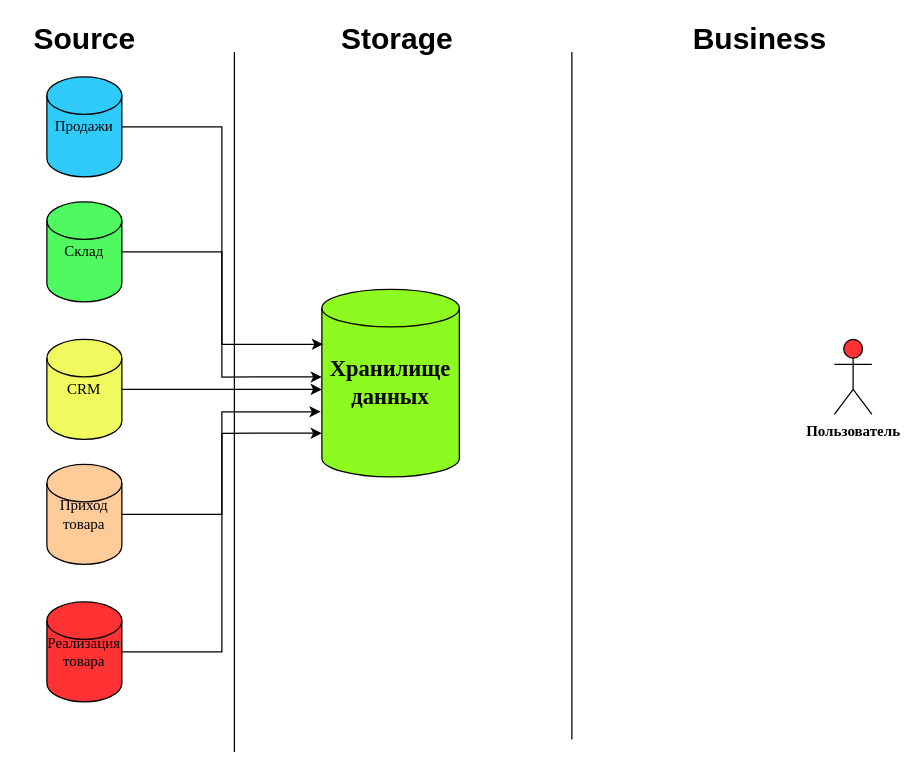
MicrosoftAzureML/data-engineering keeps this draw.io diagram as 200822 Work.drawio. Above is the earlier version. Source tidied: cells renumbered, new cells numbered last; positions are measured from the earlier drawing's top-left corner, leaving out a move shared by most shapes. Both pictures are drawn from the tidied source at 125%, with x=0, y=0 at pixel (21, 26).
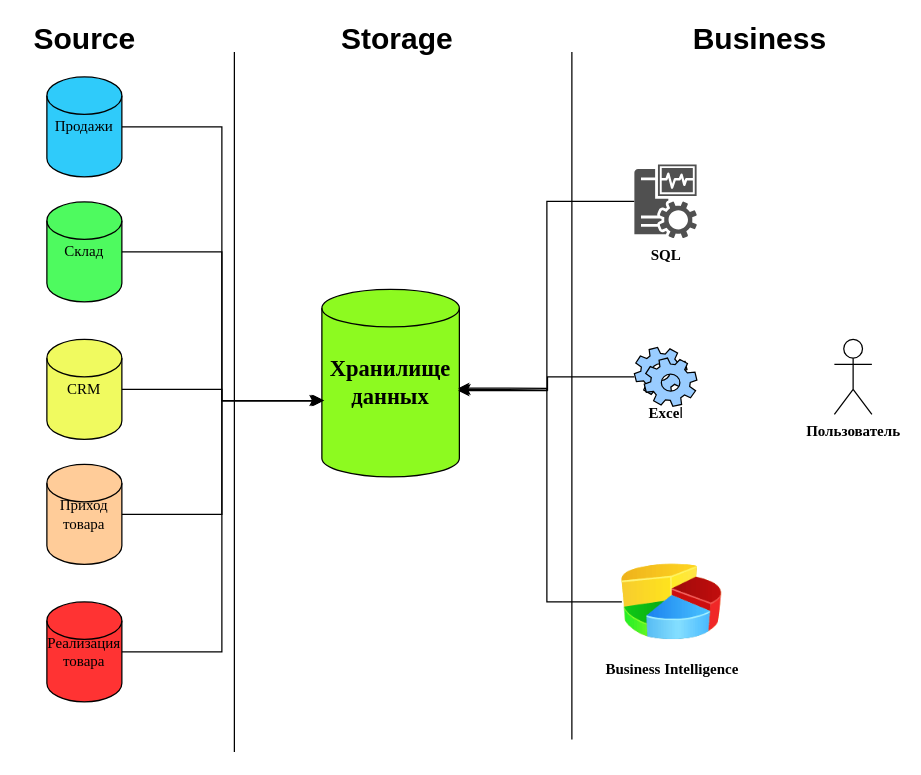
The same page after the edit.

The change refers to these unchanged cells:
```xml
<mxCell id="3" value="&lt;h2&gt;&lt;b&gt;&lt;font face=&quot;Times New Roman&quot;&gt;Хранилище данных&lt;/font&gt;&lt;/b&gt;&lt;/h2&gt;" style="shape=cylinder2;whiteSpace=wrap;html=1;boundedLbl=1;backgroundOutline=1;size=15;fillColor=#8DFA20;" parent="1" vertex="1">
  <mxGeometry x="240" y="210" width="110" height="150" as="geometry" />
</mxCell>
<mxCell id="9" value="&lt;font face=&quot;Times New Roman&quot;&gt;Продажи&lt;/font&gt;" style="shape=cylinder2;whiteSpace=wrap;html=1;boundedLbl=1;backgroundOutline=1;size=15;fillColor=#2FCBFA;" parent="1" vertex="1">
  <mxGeometry x="20" y="40" width="60" height="80" as="geometry" />
</mxCell>
<mxCell id="11" value="&lt;font face=&quot;Times New Roman&quot;&gt;Склад&lt;/font&gt;" style="shape=cylinder2;whiteSpace=wrap;html=1;boundedLbl=1;backgroundOutline=1;size=15;fillColor=#4EFA5F;" parent="1" vertex="1">
  <mxGeometry x="20" y="140" width="60" height="80" as="geometry" />
</mxCell>
<mxCell id="13" value="&lt;font face=&quot;Times New Roman&quot;&gt;CRM&lt;/font&gt;" style="shape=cylinder2;whiteSpace=wrap;html=1;boundedLbl=1;backgroundOutline=1;size=15;fillColor=#F0FA5F;" parent="1" vertex="1">
  <mxGeometry x="20" y="250" width="60" height="80" as="geometry" />
</mxCell>
<mxCell id="15" value="&lt;font face=&quot;Times New Roman&quot;&gt;Приход товара&lt;/font&gt;" style="shape=cylinder2;whiteSpace=wrap;html=1;boundedLbl=1;backgroundOutline=1;size=15;fillColor=#FFCC99;" parent="1" vertex="1">
  <mxGeometry x="20" y="350" width="60" height="80" as="geometry" />
</mxCell>
<mxCell id="17" value="&lt;font face=&quot;Times New Roman&quot;&gt;Реализация&lt;br&gt;товара&lt;br&gt;&lt;/font&gt;" style="shape=cylinder2;whiteSpace=wrap;html=1;boundedLbl=1;backgroundOutline=1;size=15;fillColor=#FF3333;" parent="1" vertex="1">
  <mxGeometry x="20" y="460" width="60" height="80" as="geometry" />
</mxCell>
```

What changed in the source:
```diff
@@
-    <mxCell id="8" style="edgeStyle=orthogonalEdgeStyle;rounded=0;jettySize=auto;html=1;entryX=0.009;entryY=0.293;entryDx=0;entryDy=0;entryPerimeter=0;strokeColor=#000000;" parent="1" edge="1" source="9" target="3">
+    <mxCell id="8" style="edgeStyle=orthogonalEdgeStyle;rounded=0;jettySize=auto;html=1;entryX=-0.009;entryY=0.593;entryDx=0;entryDy=0;entryPerimeter=0;strokeColor=#000000;" parent="1" edge="1" source="9" target="3">
       <mxGeometry relative="1" as="geometry" />
     </mxCell>
@@
-    <mxCell id="10" style="edgeStyle=orthogonalEdgeStyle;rounded=0;jettySize=auto;html=1;entryX=0;entryY=0.467;entryDx=0;entryDy=0;entryPerimeter=0;strokeColor=#000000;" parent="1" edge="1" source="11" target="3">
+    <mxCell id="10" style="edgeStyle=orthogonalEdgeStyle;rounded=0;jettySize=auto;html=1;entryX=0;entryY=0.593;entryDx=0;entryDy=0;entryPerimeter=0;strokeColor=#000000;" parent="1" edge="1" source="11" target="3">
       <mxGeometry relative="1" as="geometry" />
     </mxCell>
@@
-    <mxCell id="12" style="edgeStyle=orthogonalEdgeStyle;rounded=0;jettySize=auto;html=1;strokeColor=#000000;" parent="1" edge="1" source="13">
-      <mxGeometry relative="1" as="geometry">
-        <mxPoint x="240" y="290" as="targetPoint" />
-      </mxGeometry>
-    </mxCell>
+    <mxCell id="19" style="edgeStyle=orthogonalEdgeStyle;rounded=0;jettySize=auto;html=1;entryX=0.009;entryY=0.593;entryDx=0;entryDy=0;entryPerimeter=0;strokeColor=#000000;" parent="1" edge="1" source="13" target="3">
+      <mxGeometry relative="1" as="geometry" />
+    </mxCell>
@@
-    <mxCell id="14" style="edgeStyle=orthogonalEdgeStyle;rounded=0;jettySize=auto;html=1;entryX=-0.009;entryY=0.653;entryDx=0;entryDy=0;entryPerimeter=0;strokeColor=#000000;" parent="1" edge="1" source="15" target="3">
+    <mxCell id="14" style="edgeStyle=orthogonalEdgeStyle;rounded=0;jettySize=auto;html=1;entryX=0.018;entryY=0.593;entryDx=0;entryDy=0;entryPerimeter=0;strokeColor=#000000;" parent="1" edge="1" source="15" target="3">
       <mxGeometry relative="1" as="geometry" />
     </mxCell>
@@
-    <mxCell id="16" style="edgeStyle=orthogonalEdgeStyle;rounded=0;jettySize=auto;html=1;entryX=0;entryY=0.767;entryDx=0;entryDy=0;entryPerimeter=0;strokeColor=#000000;" parent="1" edge="1" source="17" target="3">
+    <mxCell id="16" style="edgeStyle=orthogonalEdgeStyle;rounded=0;jettySize=auto;html=1;entryX=0.009;entryY=0.593;entryDx=0;entryDy=0;entryPerimeter=0;strokeColor=#000000;" parent="1" edge="1" source="17" target="3">
       <mxGeometry relative="1" as="geometry" />
     </mxCell>
@@
-    <mxCell id="18" value="&lt;font face=&quot;Times New Roman&quot;&gt;&lt;b&gt;Пользователь&lt;/b&gt;&lt;/font&gt;" style="shape=umlActor;verticalLabelPosition=bottom;verticalAlign=top;html=1;fillColor=#FF3333;" parent="1" vertex="1">
+    <mxCell id="18" value="&lt;font face=&quot;Times New Roman&quot;&gt;&lt;b&gt;Пользователь&lt;/b&gt;&lt;/font&gt;" style="shape=umlActor;verticalLabelPosition=bottom;verticalAlign=top;html=1;fillColor=#FFFFFF;" parent="1" vertex="1">
       <mxGeometry x="650" y="250" width="30" height="60" as="geometry" />
     </mxCell>
+    <mxCell id="20" style="edgeStyle=orthogonalEdgeStyle;rounded=0;jettySize=auto;html=1;strokeColor=#000000;" parent="1" edge="1" source="21">
+      <mxGeometry relative="1" as="geometry">
+        <mxPoint x="350" y="290" as="targetPoint" />
+      </mxGeometry>
+    </mxCell>
+    <mxCell id="21" value="&lt;br&gt;&lt;br&gt;&lt;br&gt;&lt;font face=&quot;Times New Roman&quot;&gt;&lt;b&gt;&lt;br&gt;Exce&lt;/b&gt;&lt;/font&gt;&lt;span&gt;l&lt;/span&gt;" style="shape=mxgraph.bpmn.service_task;html=1;outlineConnect=0;fillColor=#99CCFF;sketch=0;" parent="1" vertex="1">
+      <mxGeometry x="490" y="256.5" width="50" height="47" as="geometry" />
+    </mxCell>
+    <mxCell id="22" style="edgeStyle=orthogonalEdgeStyle;rounded=0;jettySize=auto;html=1;entryX=0.991;entryY=0.527;entryDx=0;entryDy=0;entryPerimeter=0;strokeColor=#000000;" parent="1" edge="1" source="23" target="3">
+      <mxGeometry relative="1" as="geometry">
+        <Array as="points">
+          <mxPoint x="420" y="460" />
+          <mxPoint x="420" y="289" />
+        </Array>
+      </mxGeometry>
+    </mxCell>
+    <mxCell id="23" value="&lt;font face=&quot;Times New Roman&quot;&gt;&lt;b&gt;Business Intelligence&lt;/b&gt;&lt;/font&gt;" style="image;html=1;image=img/lib/clip_art/finance/Pie_Chart_128x128.png;sketch=0;fillColor=#99CCFF;" parent="1" vertex="1">
+      <mxGeometry x="480" y="420" width="80" height="80" as="geometry" />
+    </mxCell>
+    <mxCell id="24" style="edgeStyle=orthogonalEdgeStyle;rounded=0;jettySize=auto;html=1;entryX=0.991;entryY=0.54;entryDx=0;entryDy=0;entryPerimeter=0;strokeColor=#000000;" parent="1" edge="1" source="25" target="3">
+      <mxGeometry relative="1" as="geometry" />
+    </mxCell>
+    <mxCell id="25" value="&lt;b&gt;&lt;font face=&quot;Times New Roman&quot;&gt;SQL&lt;/font&gt;&lt;/b&gt;" style="shadow=0;dashed=0;html=1;strokeColor=none;fillColor=#505050;labelPosition=center;verticalLabelPosition=bottom;verticalAlign=top;outlineConnect=0;align=center;shape=mxgraph.office.servers.monitoring_sql_reporting_services;sketch=0;" parent="1" vertex="1">
+      <mxGeometry x="490" y="110" width="50" height="59" as="geometry" />
+    </mxCell>
```
